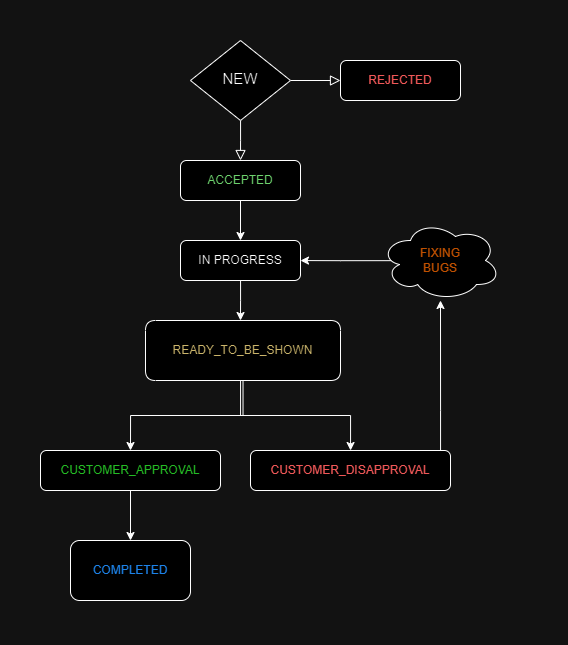
Before: documentation/OfferStatus.png, a diagram exported from draw.io (luca-trnka/Education_Java4). Source tidied: cells renumbered, new cells last; positions are measured from the earlier drawing's top-left corner, leaving out a move shared by most shapes.
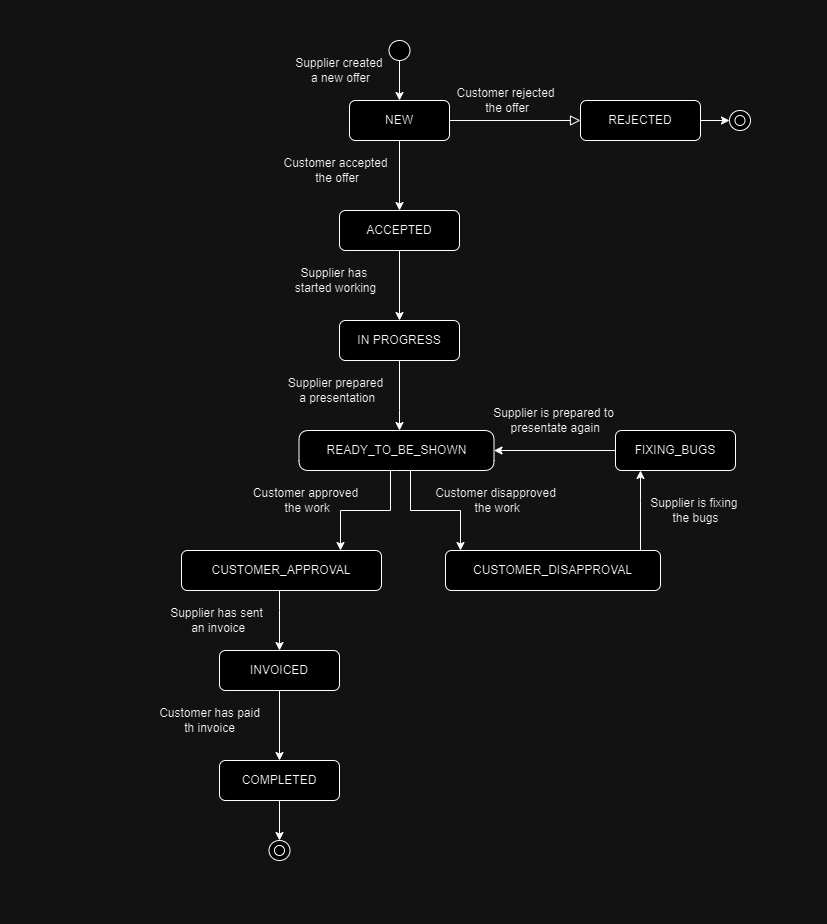
Later version of the same file.

Commit message:
OfferStatus and Structure remade a new Invoiced status added

The edit, as a diff of the source:
```diff
@@ -2,73 +2,147 @@
   <root>
     <mxCell id="0" />
     <mxCell id="1" parent="0" />
-    <mxCell id="2" style="rounded=0;html=1;jettySize=auto;fontSize=11;endArrow=block;endFill=0;endSize=8;strokeWidth=1;shadow=0;labelBackgroundColor=none;edgeStyle=orthogonalEdgeStyle;" parent="1" edge="1" source="4">
-      <mxGeometry y="20" relative="1" as="geometry">
-        <mxPoint x="200" y="120" as="targetPoint" />
-      </mxGeometry>
-    </mxCell>
     <mxCell id="3" style="edgeStyle=orthogonalEdgeStyle;rounded=0;html=1;jettySize=auto;fontSize=11;endArrow=block;endFill=0;endSize=8;strokeWidth=1;shadow=0;labelBackgroundColor=none;" parent="1" edge="1" source="4" target="5">
       <mxGeometry y="10" relative="1" as="geometry" />
     </mxCell>
+    <mxCell id="20" style="edgeStyle=orthogonalEdgeStyle;rounded=0;jettySize=auto;html=1;" parent="1" edge="1" source="4" target="9">
+      <mxGeometry relative="1" as="geometry" />
+    </mxCell>
-    <mxCell id="4" value="NEW" style="rhombus;whiteSpace=wrap;html=1;shadow=0;fontFamily=Helvetica;fontSize=15;align=center;strokeWidth=1;spacing=6;spacingTop=-4;fontColor=#000000;" parent="1" vertex="1">
-      <mxGeometry x="150" width="100" height="80" as="geometry" />
+    <mxCell id="4" value="NEW" style="rounded=1;whiteSpace=wrap;html=1;fontSize=12;glass=0;strokeWidth=1;shadow=0;fontColor=#000000;" parent="1" vertex="1">
+      <mxGeometry x="309" y="60" width="100" height="40" as="geometry" />
     </mxCell>
+    <mxCell id="21" style="edgeStyle=orthogonalEdgeStyle;rounded=0;jettySize=auto;html=1;" parent="1" edge="1" source="5" target="36">
+      <mxGeometry relative="1" as="geometry" />
+    </mxCell>
-    <mxCell id="5" value="REJECTED" style="rounded=1;whiteSpace=wrap;html=1;fontSize=12;glass=0;strokeWidth=1;shadow=0;fontColor=#FF6666;" parent="1" vertex="1">
-      <mxGeometry x="300" y="20" width="120" height="40" as="geometry" />
+    <mxCell id="5" value="REJECTED" style="rounded=1;whiteSpace=wrap;html=1;fontSize=12;glass=0;strokeWidth=1;shadow=0;fontColor=#000000;" parent="1" vertex="1">
+      <mxGeometry x="540" y="60" width="120" height="40" as="geometry" />
     </mxCell>
-    <mxCell id="6" style="edgeStyle=orthogonalEdgeStyle;rounded=0;jettySize=auto;html=1;" parent="1" edge="1" source="7">
-      <mxGeometry relative="1" as="geometry">
-        <mxPoint x="200" y="280" as="targetPoint" />
-      </mxGeometry>
-    </mxCell>
+    <mxCell id="22" style="edgeStyle=orthogonalEdgeStyle;rounded=0;jettySize=auto;html=1;" parent="1" edge="1" source="7" target="12">
+      <mxGeometry relative="1" as="geometry">
+        <Array as="points">
+          <mxPoint x="359" y="370" />
+          <mxPoint x="359" y="370" />
+        </Array>
+      </mxGeometry>
+    </mxCell>
     <mxCell id="7" value="IN PROGRESS" style="rounded=1;whiteSpace=wrap;html=1;fontSize=12;glass=0;strokeWidth=1;shadow=0;" parent="1" vertex="1">
-      <mxGeometry x="140" y="200" width="120" height="40" as="geometry" />
+      <mxGeometry x="299" y="280" width="120" height="40" as="geometry" />
     </mxCell>
     <mxCell id="8" style="edgeStyle=orthogonalEdgeStyle;rounded=0;jettySize=auto;html=1;" parent="1" edge="1" source="9" target="7">
       <mxGeometry relative="1" as="geometry" />
     </mxCell>
-    <mxCell id="9" value="ACCEPTED" style="rounded=1;whiteSpace=wrap;html=1;fontSize=12;glass=0;strokeWidth=1;shadow=0;fontColor=#006600;" parent="1" vertex="1">
-      <mxGeometry x="140" y="120" width="120" height="40" as="geometry" />
+    <mxCell id="9" value="ACCEPTED" style="rounded=1;whiteSpace=wrap;html=1;fontSize=12;glass=0;strokeWidth=1;shadow=0;fontColor=#000000;" parent="1" vertex="1">
+      <mxGeometry x="299" y="170" width="120" height="40" as="geometry" />
     </mxCell>
-    <mxCell id="10" style="edgeStyle=orthogonalEdgeStyle;rounded=0;jettySize=auto;html=1;entryX=0.5;entryY=0;entryDx=0;entryDy=0;" parent="1" edge="1" source="12" target="14">
-      <mxGeometry relative="1" as="geometry" />
-    </mxCell>
     <mxCell id="11" style="edgeStyle=orthogonalEdgeStyle;rounded=0;jettySize=auto;html=1;" parent="1" edge="1" source="12" target="17">
       <mxGeometry relative="1" as="geometry">
         <Array as="points">
-          <mxPoint x="200" y="375" />
-          <mxPoint x="310" y="375" />
+          <mxPoint x="370" y="470" />
+          <mxPoint x="420" y="470" />
         </Array>
       </mxGeometry>
     </mxCell>
-    <mxCell id="12" value="READY_TO_BE_SHOWN" style="shape=parallelogram;perimeter=parallelogramPerimeter;whiteSpace=wrap;html=1;fixedSize=1;size=0;rounded=1;fontSize=12;fontColor=#614B01;" parent="1" vertex="1">
-      <mxGeometry x="105" y="280" width="195" height="60" as="geometry" />
+    <mxCell id="12" value="READY_TO_BE_SHOWN" style="shape=parallelogram;perimeter=parallelogramPerimeter;whiteSpace=wrap;html=1;fixedSize=1;size=0;rounded=1;fontSize=12;fontColor=#000000;" parent="1" vertex="1">
+      <mxGeometry x="258.5" y="390" width="195" height="40" as="geometry" />
     </mxCell>
-    <mxCell id="13" style="edgeStyle=orthogonalEdgeStyle;rounded=0;jettySize=auto;html=1;" parent="1" edge="1" source="14" target="15">
-      <mxGeometry relative="1" as="geometry" />
-    </mxCell>
-    <mxCell id="14" value="CUSTOMER_APPROVAL" style="rounded=1;whiteSpace=wrap;html=1;fontColor=#009900;" parent="1" vertex="1">
-      <mxGeometry y="410" width="180" height="40" as="geometry" />
-    </mxCell>
-    <mxCell id="15" value="COMPLETED" style="rounded=1;whiteSpace=wrap;html=1;fontColor=#3399FF;" parent="1" vertex="1">
-      <mxGeometry x="30" y="500" width="120" height="60" as="geometry" />
+    <mxCell id="15" value="COMPLETED" style="rounded=1;whiteSpace=wrap;html=1;fontColor=#000000;" parent="1" vertex="1">
+      <mxGeometry x="179" y="720" width="120" height="40" as="geometry" />
     </mxCell>
     <mxCell id="16" style="edgeStyle=orthogonalEdgeStyle;rounded=0;jettySize=auto;html=1;" parent="1" edge="1" source="17" target="19">
       <mxGeometry relative="1" as="geometry">
         <Array as="points">
-          <mxPoint x="400" y="370" />
-          <mxPoint x="400" y="370" />
+          <mxPoint x="600" y="460" />
+          <mxPoint x="600" y="460" />
         </Array>
       </mxGeometry>
     </mxCell>
-    <mxCell id="17" value="CUSTOMER_DISAPPROVAL" style="rounded=1;whiteSpace=wrap;html=1;fontColor=#FF6666;" parent="1" vertex="1">
-      <mxGeometry x="210" y="410" width="200" height="40" as="geometry" />
+    <mxCell id="17" value="CUSTOMER_DISAPPROVAL" style="rounded=1;whiteSpace=wrap;html=1;fontColor=#000000;" parent="1" vertex="1">
+      <mxGeometry x="405" y="510" width="215" height="40" as="geometry" />
     </mxCell>
-    <mxCell id="18" style="edgeStyle=orthogonalEdgeStyle;rounded=0;jettySize=auto;html=1;exitX=0.113;exitY=0.502;exitDx=0;exitDy=0;exitPerimeter=0;" parent="1" edge="1" source="19" target="7">
-      <mxGeometry relative="1" as="geometry" />
-    </mxCell>
+    <mxCell id="23" style="edgeStyle=orthogonalEdgeStyle;rounded=0;jettySize=auto;html=1;" parent="1" edge="1" source="19" target="12">
+      <mxGeometry relative="1" as="geometry" />
+    </mxCell>
-    <mxCell id="19" value="FIXING&lt;div&gt;&lt;span style=&quot;background-color: initial;&quot;&gt;BUGS&lt;/span&gt;&lt;/div&gt;" style="ellipse;shape=cloud;whiteSpace=wrap;html=1;fontColor=#FF9021;" parent="1" vertex="1">
-      <mxGeometry x="340" y="180" width="120" height="80" as="geometry" />
+    <mxCell id="19" value="FIXING_&lt;span style=&quot;background-color: initial;&quot;&gt;BUGS&lt;/span&gt;" style="rounded=1;whiteSpace=wrap;html=1;fontSize=12;glass=0;strokeWidth=1;shadow=0;fontColor=#000000;" parent="1" vertex="1">
+      <mxGeometry x="575" y="390" width="120" height="40" as="geometry" />
     </mxCell>
+    <mxCell id="24" value="Supplier created&amp;nbsp;&lt;div&gt;a new offer&lt;/div&gt;" style="text;html=1;align=center;verticalAlign=middle;strokeColor=none;fillColor=none;" parent="1" vertex="1">
+      <mxGeometry x="245" y="10" width="110" height="40" as="geometry" />
+    </mxCell>
+    <mxCell id="25" value="Customer approved&lt;div&gt;&amp;nbsp;the work&lt;/div&gt;" style="text;html=1;align=center;verticalAlign=middle;strokeColor=none;fillColor=none;" parent="1" vertex="1">
+      <mxGeometry x="200" y="440" width="130" height="40" as="geometry" />
+    </mxCell>
+    <mxCell id="26" value="Supplier has&amp;nbsp;&lt;div&gt;started working&lt;/div&gt;" style="text;html=1;align=center;verticalAlign=middle;strokeColor=none;fillColor=none;" parent="1" vertex="1">
+      <mxGeometry x="245" y="220" width="100" height="40" as="geometry" />
+    </mxCell>
+    <mxCell id="27" value="Customer rejected&lt;div&gt;&amp;nbsp;the offer&lt;/div&gt;" style="text;html=1;align=center;verticalAlign=middle;strokeColor=none;fillColor=none;" parent="1" vertex="1">
+      <mxGeometry x="405" y="40" width="120" height="40" as="geometry" />
+    </mxCell>
+    <mxCell id="28" style="edgeStyle=orthogonalEdgeStyle;rounded=0;jettySize=auto;html=1;" parent="1" edge="1" source="29" target="4">
+      <mxGeometry relative="1" as="geometry" />
+    </mxCell>
+    <mxCell id="29" style="ellipse;whiteSpace=wrap;html=1;fontColor=#000000;rounded=1;glass=0;strokeWidth=1;shadow=0;" parent="1" vertex="1">
+      <mxGeometry x="348.5" width="21" height="20" as="geometry" />
+    </mxCell>
+    <mxCell id="30" value="Customer accepted&lt;div&gt;&amp;nbsp;the offer&lt;/div&gt;" style="text;html=1;align=center;verticalAlign=middle;strokeColor=none;fillColor=none;" parent="1" vertex="1">
+      <mxGeometry x="230" y="110" width="130" height="40" as="geometry" />
+    </mxCell>
+    <mxCell id="31" value="Supplier prepared&lt;div&gt;&amp;nbsp;a presentation&lt;/div&gt;" style="text;html=1;align=center;verticalAlign=middle;strokeColor=none;fillColor=none;" parent="1" vertex="1">
+      <mxGeometry x="235" y="330" width="120" height="40" as="geometry" />
+    </mxCell>
+    <mxCell id="32" value="Supplier is fixing&amp;nbsp;&lt;div&gt;the bugs&lt;/div&gt;" style="text;html=1;align=center;verticalAlign=middle;strokeColor=none;fillColor=none;" parent="1" vertex="1">
+      <mxGeometry x="600" y="450" width="110" height="40" as="geometry" />
+    </mxCell>
+    <mxCell id="10" style="edgeStyle=orthogonalEdgeStyle;rounded=0;jettySize=auto;html=1;" parent="1" edge="1" source="12" target="14">
+      <mxGeometry relative="1" as="geometry">
+        <Array as="points">
+          <mxPoint x="350" y="470" />
+          <mxPoint x="300" y="470" />
+        </Array>
+      </mxGeometry>
+    </mxCell>
+    <mxCell id="33" style="edgeStyle=orthogonalEdgeStyle;rounded=0;jettySize=auto;html=1;" parent="1" edge="1" source="14" target="43">
+      <mxGeometry relative="1" as="geometry">
+        <Array as="points">
+          <mxPoint x="239" y="570" />
+          <mxPoint x="239" y="570" />
+        </Array>
+      </mxGeometry>
+    </mxCell>
+    <mxCell id="14" value="CUSTOMER_APPROVAL" style="rounded=1;whiteSpace=wrap;html=1;fontColor=#000000;" parent="1" vertex="1">
+      <mxGeometry x="141" y="510" width="200" height="40" as="geometry" />
+    </mxCell>
+    <mxCell id="34" value="Customer disapproved&lt;div&gt;&amp;nbsp;the work&lt;/div&gt;" style="text;html=1;align=center;verticalAlign=middle;strokeColor=none;fillColor=none;" parent="1" vertex="1">
+      <mxGeometry x="385" y="440" width="140" height="40" as="geometry" />
+    </mxCell>
+    <mxCell id="35" value="Supplier is prepared to&lt;div&gt;&lt;span style=&quot;background-color: initial;&quot;&gt;&amp;nbsp;presentate again&lt;/span&gt;&lt;/div&gt;" style="text;html=1;align=center;verticalAlign=middle;strokeColor=none;fillColor=none;" parent="1" vertex="1">
+      <mxGeometry x="442.5" y="360" width="140" height="40" as="geometry" />
+    </mxCell>
+    <mxCell id="36" style="ellipse;whiteSpace=wrap;html=1;fontColor=#000000;rounded=1;glass=0;strokeWidth=1;shadow=0;" parent="1" vertex="1">
+      <mxGeometry x="689" y="70" width="21" height="20" as="geometry" />
+    </mxCell>
+    <mxCell id="37" style="ellipse;whiteSpace=wrap;html=1;fontColor=#000000;rounded=1;glass=0;strokeWidth=1;shadow=0;" parent="1" vertex="1">
+      <mxGeometry x="694.5" y="75" width="10" height="10" as="geometry" />
+    </mxCell>
+    <mxCell id="38" style="edgeStyle=orthogonalEdgeStyle;rounded=0;jettySize=auto;html=1;" parent="1" edge="1" source="15" target="39">
+      <mxGeometry relative="1" as="geometry" />
+    </mxCell>
+    <mxCell id="39" style="ellipse;whiteSpace=wrap;html=1;fontColor=#000000;rounded=1;glass=0;strokeWidth=1;shadow=0;" parent="1" vertex="1">
+      <mxGeometry x="228.5" y="800" width="21" height="20" as="geometry" />
+    </mxCell>
+    <mxCell id="40" style="ellipse;whiteSpace=wrap;html=1;fontColor=#000000;rounded=1;glass=0;strokeWidth=1;shadow=0;" parent="1" vertex="1">
+      <mxGeometry x="234" y="805" width="10" height="10" as="geometry" />
+    </mxCell>
+    <mxCell id="41" value="Supplier has sent&lt;div&gt;&amp;nbsp;an&amp;nbsp;&lt;span style=&quot;background-color: initial;&quot;&gt;invoice&lt;/span&gt;&lt;/div&gt;" style="text;html=1;align=center;verticalAlign=middle;strokeColor=none;fillColor=none;" parent="1" vertex="1">
+      <mxGeometry x="115.5" y="560" width="120" height="40" as="geometry" />
+    </mxCell>
+    <mxCell id="42" style="edgeStyle=orthogonalEdgeStyle;rounded=0;jettySize=auto;html=1;" parent="1" edge="1" source="43" target="15">
+      <mxGeometry relative="1" as="geometry" />
+    </mxCell>
+    <mxCell id="43" value="INVOICED" style="rounded=1;whiteSpace=wrap;html=1;fontColor=#000000;" parent="1" vertex="1">
+      <mxGeometry x="179" y="610" width="120" height="40" as="geometry" />
+    </mxCell>
+    <mxCell id="44" value="Customer has paid&lt;div&gt;th invoice&lt;/div&gt;" style="text;html=1;align=center;verticalAlign=middle;strokeColor=none;fillColor=none;" parent="1" vertex="1">
+      <mxGeometry x="108.5" y="660" width="120" height="40" as="geometry" />
+    </mxCell>
   </root>
 </mxGraphModel>
```
